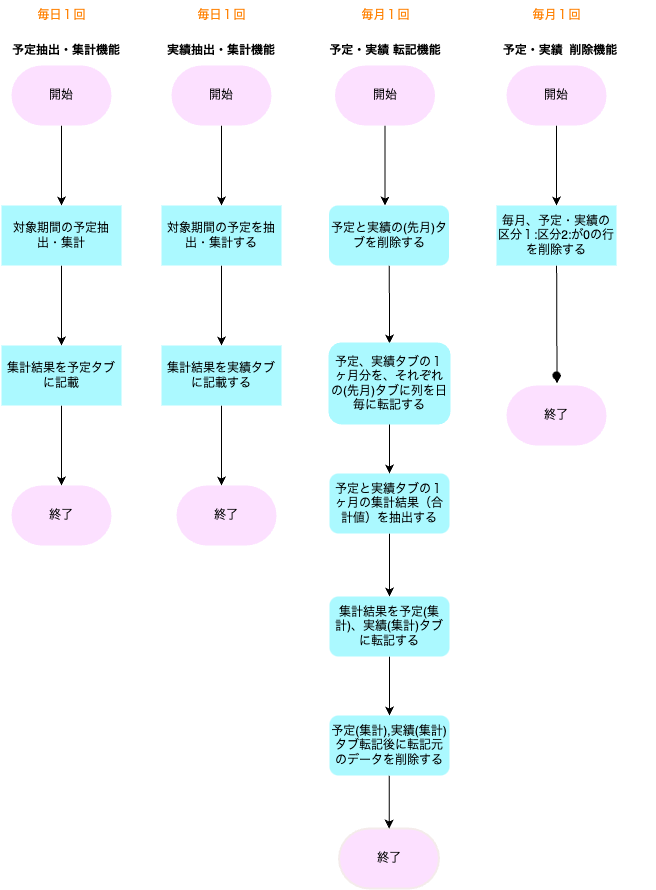
naomi-ume/gas_schedule_extraction_plan_result keeps this draw.io diagram as simple_flowchart.png. Above is the earlier version. Source tidied: cells renumbered, new cells last; positions are measured from the earlier drawing's top-left corner, leaving out a move shared by most shapes.
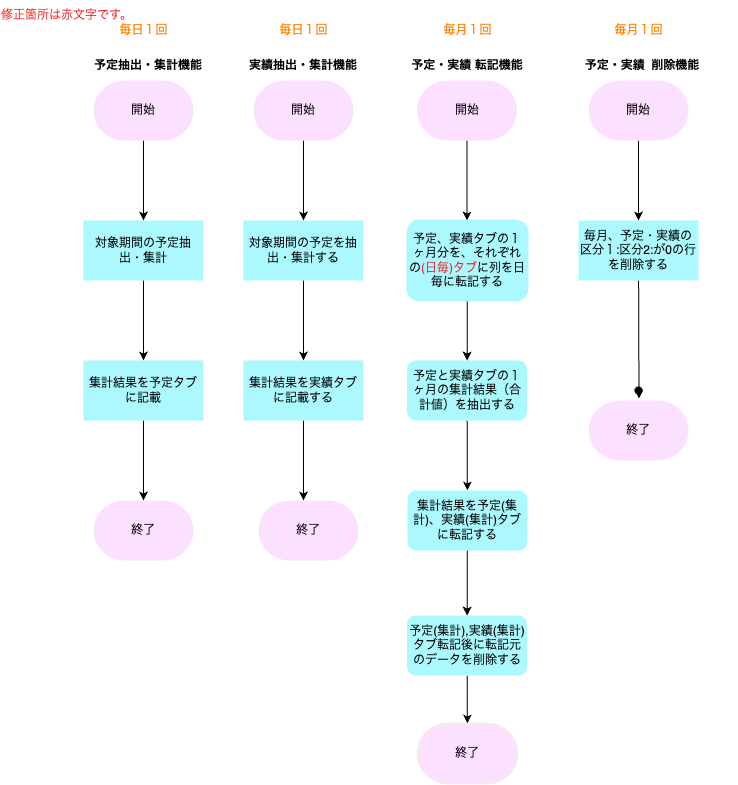
After the change.

Commit message:
フローチャート修正

What changed in the source:
```diff
@@ -58,7 +58,7 @@
       <mxGeometry x="283.5" y="35" width="200" height="30" as="geometry" />
     </mxCell>
     <mxCell id="19" value="終了" style="strokeWidth=2;html=1;shape=mxgraph.flowchart.terminator;whiteSpace=wrap;strokeColor=#F4EBEB;fontColor=#000000;fillColor=#FCE0FF;" parent="1" vertex="1">
-      <mxGeometry x="337.5" y="828" width="100" height="60" as="geometry" />
+      <mxGeometry x="334" y="708" width="100" height="60" as="geometry" />
     </mxCell>
     <mxCell id="20" style="edgeStyle=none;html=1;strokeColor=#000000;fontColor=#000000;" parent="1" edge="1" source="21">
       <mxGeometry relative="1" as="geometry">
@@ -72,19 +72,19 @@
       <mxGeometry relative="1" as="geometry" />
     </mxCell>
     <mxCell id="23" value="予定と実績タブの１ヶ月の集計結果（合計値）を抽出する" style="rounded=1;whiteSpace=wrap;html=1;fillColor=#ABF9FF;strokeColor=none;fontColor=#000000;strokeWidth=2;" parent="1" vertex="1">
-      <mxGeometry x="328" y="473" width="120" height="60" as="geometry" />
+      <mxGeometry x="323.5" y="345" width="120" height="60" as="geometry" />
     </mxCell>
     <mxCell id="24" style="edgeStyle=none;html=1;strokeColor=#000000;fontColor=#FF8000;" parent="1" edge="1" source="25" target="27">
       <mxGeometry relative="1" as="geometry" />
     </mxCell>
     <mxCell id="25" value="集計結果を予定(集計)、実績(集計)タブに転記する" style="rounded=1;whiteSpace=wrap;html=1;fillColor=#ABF9FF;strokeColor=none;fontColor=#000000;strokeWidth=2;" parent="1" vertex="1">
-      <mxGeometry x="328" y="596" width="120" height="60" as="geometry" />
+      <mxGeometry x="324" y="475" width="120" height="60" as="geometry" />
     </mxCell>
     <mxCell id="26" style="edgeStyle=none;html=1;strokeColor=#000000;fontColor=#FF8000;" parent="1" edge="1" source="27" target="19">
       <mxGeometry relative="1" as="geometry" />
     </mxCell>
     <mxCell id="27" value="予定(集計),実績(集計)タブ転記後に転記元のデータを削除する" style="rounded=1;whiteSpace=wrap;html=1;fillColor=#ABF9FF;strokeColor=none;fontColor=#000000;strokeWidth=2;" parent="1" vertex="1">
-      <mxGeometry x="328" y="715" width="120" height="60" as="geometry" />
+      <mxGeometry x="323.5" y="600" width="120" height="60" as="geometry" />
     </mxCell>
     <mxCell id="28" value="予定・実績&amp;nbsp; 削除機能" style="text;strokeColor=none;align=center;fillColor=none;html=1;verticalAlign=middle;whiteSpace=wrap;rounded=0;fontColor=#000000;fontStyle=1;" parent="1" vertex="1">
       <mxGeometry x="464" y="35" width="190" height="30" as="geometry" />
@@ -104,21 +104,11 @@
     <mxCell id="33" style="shape=waypoint;sketch=0;size=6;fillColor=#C9F1FF;perimeter=centerPerimeter;strokeWidth=2;" parent="1" vertex="1">
       <mxGeometry x="545" y="365" width="20" height="20" as="geometry" />
     </mxCell>
-    <mxCell id="34" style="edgeStyle=none;html=1;strokeColor=#000000;fontColor=#FF8000;" parent="1" edge="1" source="35" target="37">
-      <mxGeometry relative="1" as="geometry">
-        <Array as="points">
-          <mxPoint x="388" y="311" />
-        </Array>
-      </mxGeometry>
-    </mxCell>
-    <mxCell id="35" value="予定と実績の(先月)タブを削除する" style="rounded=1;whiteSpace=wrap;html=1;fillColor=#ABF9FF;strokeColor=none;fontColor=#000000;strokeWidth=2;" parent="1" vertex="1">
-      <mxGeometry x="327.5" y="205" width="120" height="60" as="geometry" />
-    </mxCell>
     <mxCell id="36" style="edgeStyle=none;html=1;strokeColor=#000000;fontColor=#FF8000;" parent="1" edge="1" source="37" target="23">
       <mxGeometry relative="1" as="geometry" />
     </mxCell>
-    <mxCell id="37" value="予定、実績タブの１ヶ月分を、それぞれの(先月)タブに列を日毎に転記する" style="rounded=1;whiteSpace=wrap;html=1;fillColor=#ABF9FF;strokeColor=#ABF9FF;fontColor=#000000;strokeWidth=2;" parent="1" vertex="1">
-      <mxGeometry x="328" y="343" width="120" height="80" as="geometry" />
+    <mxCell id="37" value="予定、実績タブの１ヶ月分を、それぞれの&lt;font color=&quot;#e92b2b&quot;&gt;(日毎)タブ&lt;/font&gt;に列を日毎に転記する" style="rounded=1;whiteSpace=wrap;html=1;fillColor=#ABF9FF;strokeColor=#ABF9FF;fontColor=#000000;strokeWidth=2;" parent="1" vertex="1">
+      <mxGeometry x="324" y="205" width="120" height="80" as="geometry" />
     </mxCell>
     <mxCell id="38" value="毎日１回" style="text;html=1;align=center;verticalAlign=middle;strokeColor=none;fillColor=none;fontColor=#FF8000;" parent="1" vertex="1">
       <mxGeometry x="25" width="70" height="30" as="geometry" />
@@ -135,5 +125,8 @@
     <mxCell id="42" value="終了" style="strokeWidth=2;html=1;shape=mxgraph.flowchart.terminator;whiteSpace=wrap;strokeColor=none;fontColor=#000000;fillColor=#FCE0FF;" parent="1" vertex="1">
       <mxGeometry x="505" y="385" width="100" height="60" as="geometry" />
     </mxCell>
+    <mxCell id="43" value="修正箇所は赤文字です。" style="text;strokeColor=none;align=center;fillColor=none;html=1;verticalAlign=middle;whiteSpace=wrap;rounded=0;fontColor=#e92b2b;" parent="1" vertex="1">
+      <mxGeometry x="-83" y="-15" width="133" height="30" as="geometry" />
+    </mxCell>
   </root>
 </mxGraphModel>
```
